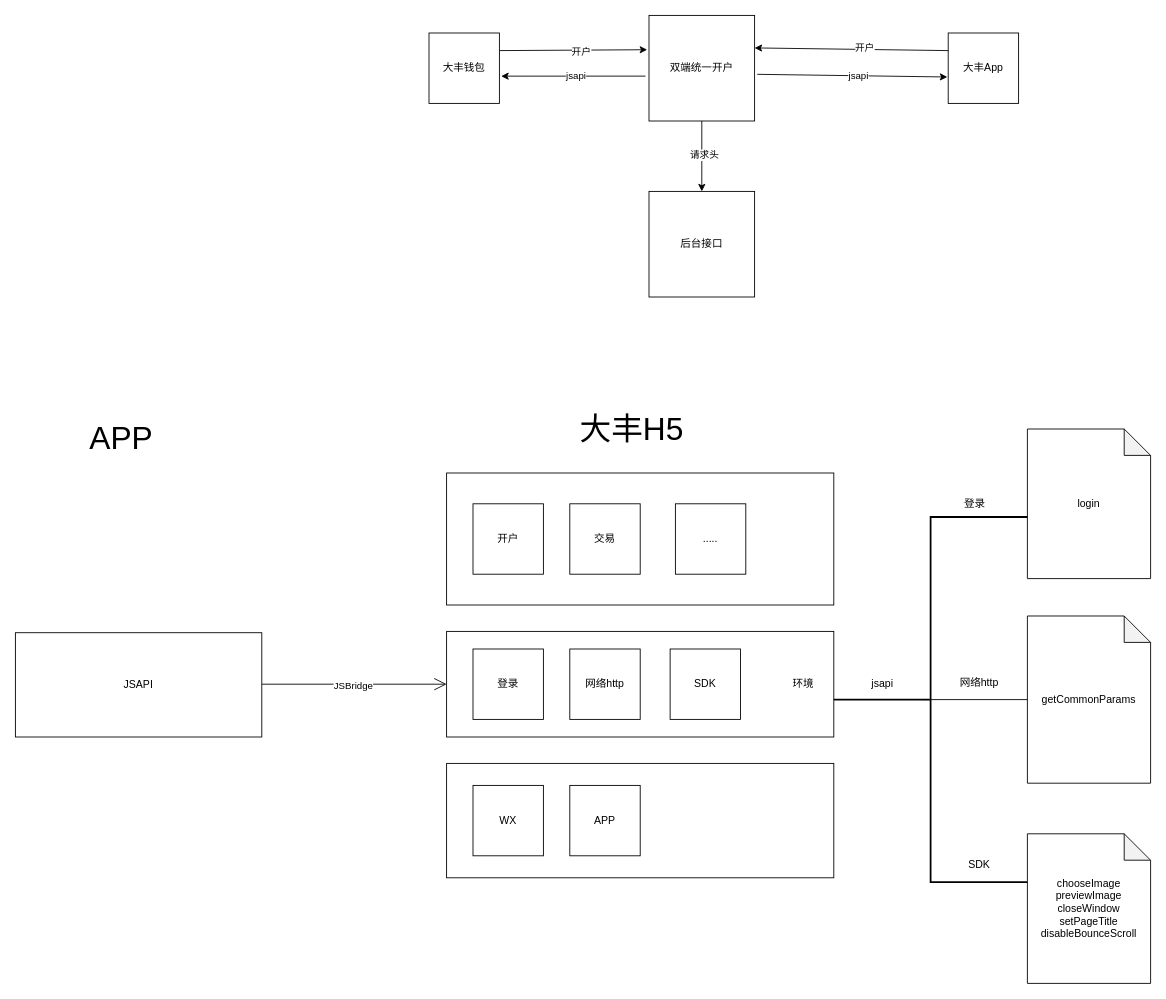
The draw.io diagram page "第 1 页" (1 of 3) of 未命名绘图.drawio in ios2014/ios--, before the edit. Source tidied: cells renumbered, new cells numbered last; positions are measured from the earlier drawing's top-left corner, leaving out a move shared by most shapes. Both pictures are drawn from the tidied source at 88%, with x=0, y=0 at pixel (15, 15).
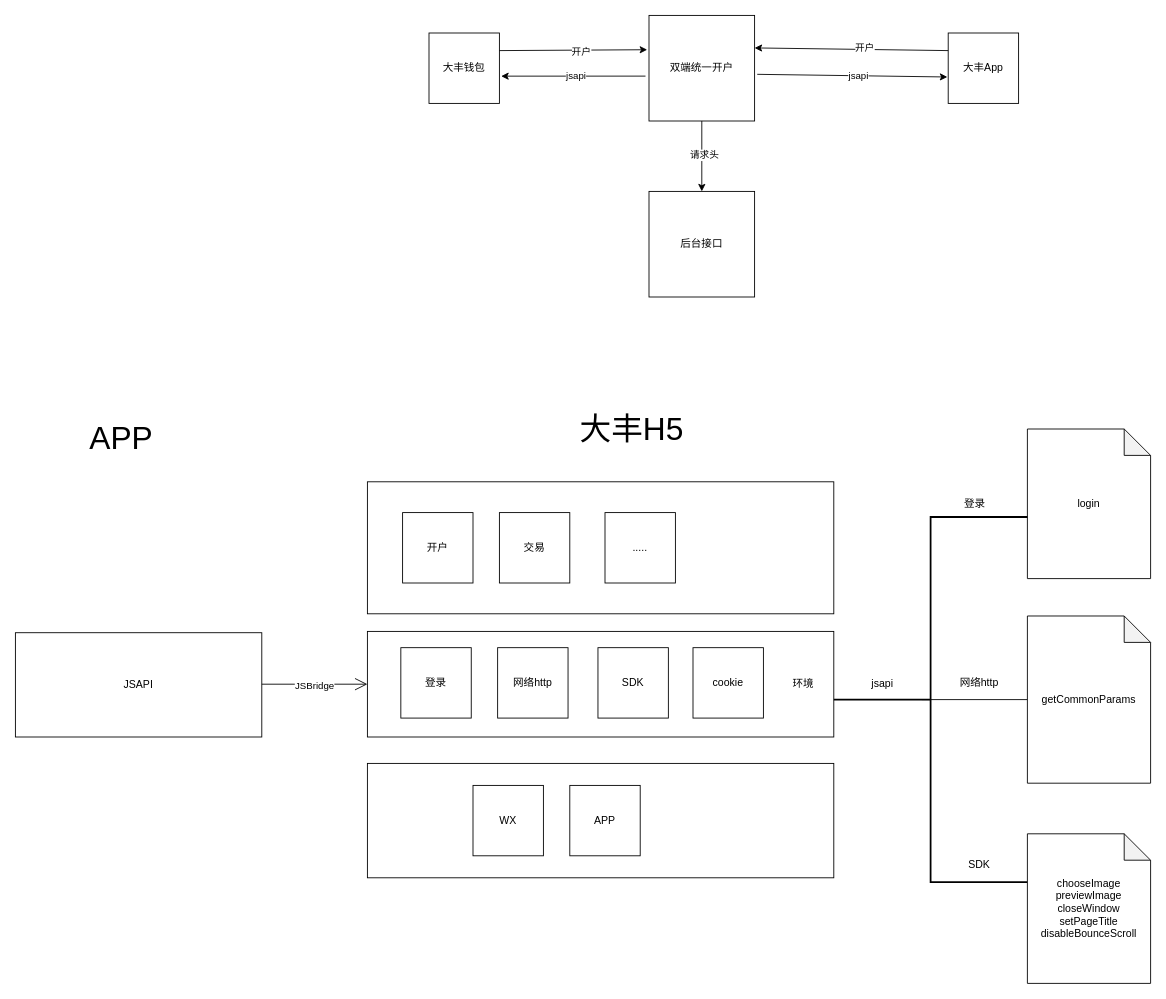
The same page after the edit.

Diff of the diagram source:
```diff
@@
     <mxCell id="16" style="rounded=0;whiteSpace=wrap;html=1;" parent="1" vertex="1">
-      <mxGeometry x="490" y="700" width="440" height="120" as="geometry" />
+      <mxGeometry x="400" y="700" width="530" height="120" as="geometry" />
     </mxCell>
     <mxCell id="17" style="rounded=0;whiteSpace=wrap;html=1;" parent="1" vertex="1">
-      <mxGeometry x="490" y="520" width="440" height="150" as="geometry" />
+      <mxGeometry x="400" y="530" width="530" height="150" as="geometry" />
     </mxCell>
     <mxCell id="18" style="rounded=0;whiteSpace=wrap;html=1;" parent="1" vertex="1">
-      <mxGeometry x="490" y="850" width="440" height="130" as="geometry" />
+      <mxGeometry x="400" y="850" width="530" height="130" as="geometry" />
     </mxCell>
@@
     <mxCell id="21" value="登录" style="whiteSpace=wrap;html=1;" parent="1" vertex="1">
-      <mxGeometry x="520" y="720" width="80" height="80" as="geometry" />
+      <mxGeometry x="438" y="718.5" width="80" height="80" as="geometry" />
     </mxCell>
     <mxCell id="22" value="网络http" style="whiteSpace=wrap;html=1;" parent="1" vertex="1">
-      <mxGeometry x="630" y="720" width="80" height="80" as="geometry" />
+      <mxGeometry x="548" y="718.5" width="80" height="80" as="geometry" />
     </mxCell>
     <mxCell id="23" value="SDK" style="whiteSpace=wrap;html=1;" parent="1" vertex="1">
-      <mxGeometry x="744" y="720" width="80" height="80" as="geometry" />
+      <mxGeometry x="662" y="718.5" width="80" height="80" as="geometry" />
     </mxCell>
     <mxCell id="24" value="开户" style="whiteSpace=wrap;html=1;" parent="1" vertex="1">
-      <mxGeometry x="520" y="555" width="80" height="80" as="geometry" />
+      <mxGeometry x="440" y="565" width="80" height="80" as="geometry" />
     </mxCell>
     <mxCell id="25" value="交易" style="whiteSpace=wrap;html=1;" parent="1" vertex="1">
-      <mxGeometry x="630" y="555" width="80" height="80" as="geometry" />
+      <mxGeometry x="550" y="565" width="80" height="80" as="geometry" />
     </mxCell>
@@
     <mxCell id="27" value="....." style="whiteSpace=wrap;html=1;" parent="1" vertex="1">
-      <mxGeometry x="750" y="555" width="80" height="80" as="geometry" />
+      <mxGeometry x="670" y="565" width="80" height="80" as="geometry" />
     </mxCell>
@@
+    <mxCell id="42" value="cookie" style="whiteSpace=wrap;html=1;" parent="1" vertex="1">
+      <mxGeometry x="770" y="718.5" width="80" height="80" as="geometry" />
+    </mxCell>
```
